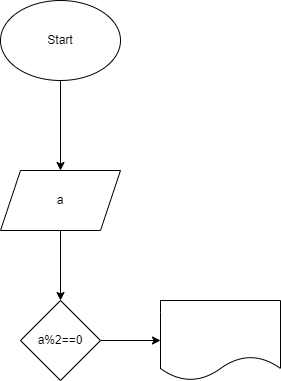
The draw.io diagram Homework/Lesson1/03/03.drawio.png in Vitali6/Homework, before a commit. Source tidied: cells renumbered, new cells last; positions are measured from the earlier drawing's top-left corner, leaving out a move shared by most shapes.
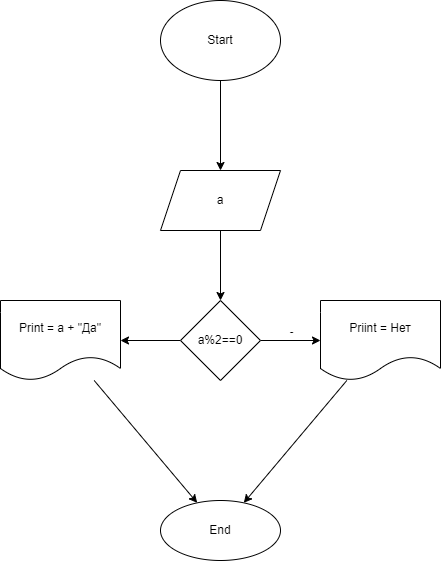
Above is the later version.

Diff of the diagram source:
```diff
@@ -19,11 +19,31 @@
     <mxCell id="6" style="edgeStyle=none;html=1;" parent="1" edge="1" source="7" target="8">
       <mxGeometry relative="1" as="geometry" />
     </mxCell>
+    <mxCell id="9" value="-" style="edgeLabel;html=1;align=center;verticalAlign=middle;" parent="6" vertex="1">
+      <mxGeometry x="-0.43" y="9" relative="1" as="geometry">
+        <mxPoint x="13" y="-1" as="offset" />
+      </mxGeometry>
+    </mxCell>
+    <mxCell id="10" style="edgeStyle=none;html=1;" parent="1" edge="1" source="7" target="13">
+      <mxGeometry relative="1" as="geometry" />
+    </mxCell>
     <mxCell id="7" value="a%2==0" style="rhombus;whiteSpace=wrap;html=1;" parent="1" vertex="1">
       <mxGeometry x="20" y="300" width="80" height="80" as="geometry" />
     </mxCell>
+    <mxCell id="11" style="edgeStyle=none;html=1;" parent="1" edge="1" source="8" target="14">
+      <mxGeometry relative="1" as="geometry" />
+    </mxCell>
-    <mxCell id="8" style="shape=document;whiteSpace=wrap;html=1;boundedLbl=1;" parent="1" vertex="1">
+    <mxCell id="8" value="Priint = Нет" style="shape=document;whiteSpace=wrap;html=1;boundedLbl=1;" parent="1" vertex="1">
       <mxGeometry x="160" y="300" width="120" height="80" as="geometry" />
     </mxCell>
+    <mxCell id="12" style="edgeStyle=none;html=1;" parent="1" edge="1" source="13" target="14">
+      <mxGeometry relative="1" as="geometry" />
+    </mxCell>
+    <mxCell id="13" value="Print = a + &quot;Да&quot;" style="shape=document;whiteSpace=wrap;html=1;boundedLbl=1;" parent="1" vertex="1">
+      <mxGeometry x="-160" y="300" width="120" height="80" as="geometry" />
+    </mxCell>
+    <mxCell id="14" value="End" style="ellipse;whiteSpace=wrap;html=1;" parent="1" vertex="1">
+      <mxGeometry y="500" width="120" height="60" as="geometry" />
+    </mxCell>
   </root>
 </mxGraphModel>
```
